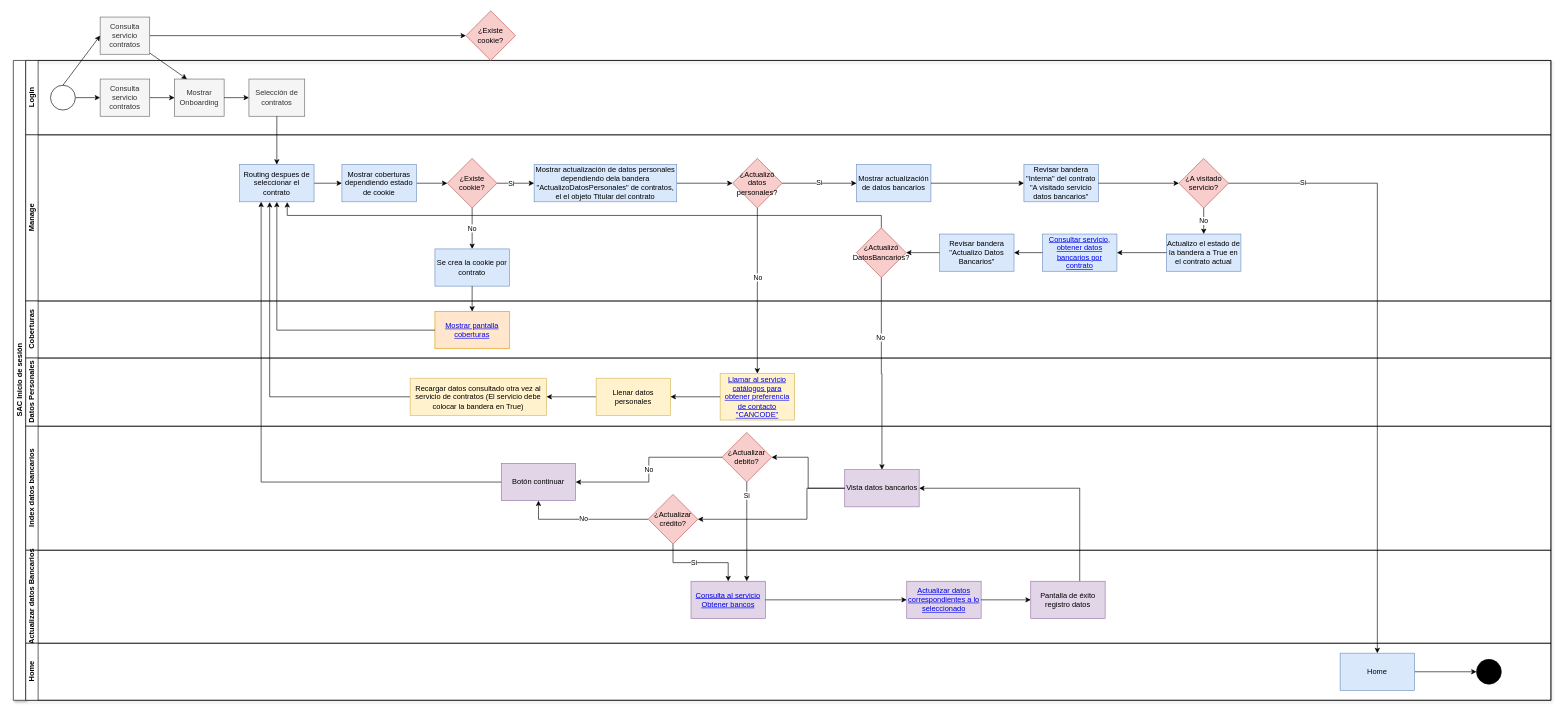
Above: Salud SAC Login.drawio in HectorAndradeBayteq/DocsPOC (draw.io), before the change. Source tidied: cells renumbered, new cells numbered last; positions are measured from the earlier drawing's top-left corner, leaving out a move shared by most shapes. Both pictures are drawn from the tidied source at 62%, with x=0, y=0 at pixel (13, 11).
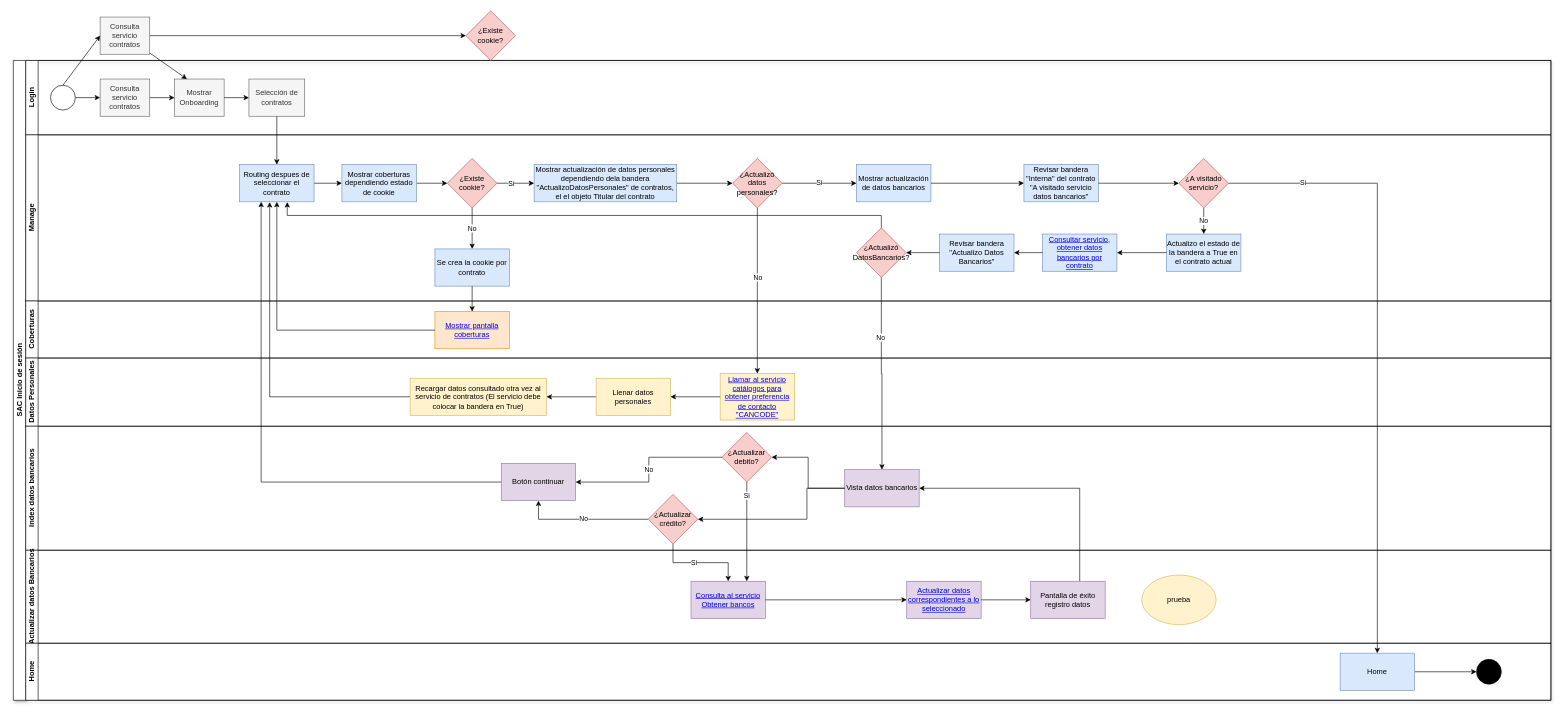
The same diagram, later.

Commit message (it also covers changes not shown here):
Prueba de commit en el diagrama

The change refers to these unchanged cells:
```xml
<mxCell id="53" value="Actualizar datos Bancarios" style="swimlane;html=1;startSize=20;horizontal=0;" parent="2" vertex="1">
  <mxGeometry x="20" y="790" width="2460" height="150" as="geometry" />
</mxCell>
```

Diff of the diagram source:
```diff
@@
+    <mxCell id="86" value="prueba" style="ellipse;whiteSpace=wrap;html=1;fillColor=#fff2cc;strokeColor=#d6b656;" parent="53" vertex="1">
+      <mxGeometry x="1800" y="40" width="120" height="80" as="geometry" />
+    </mxCell>
```
